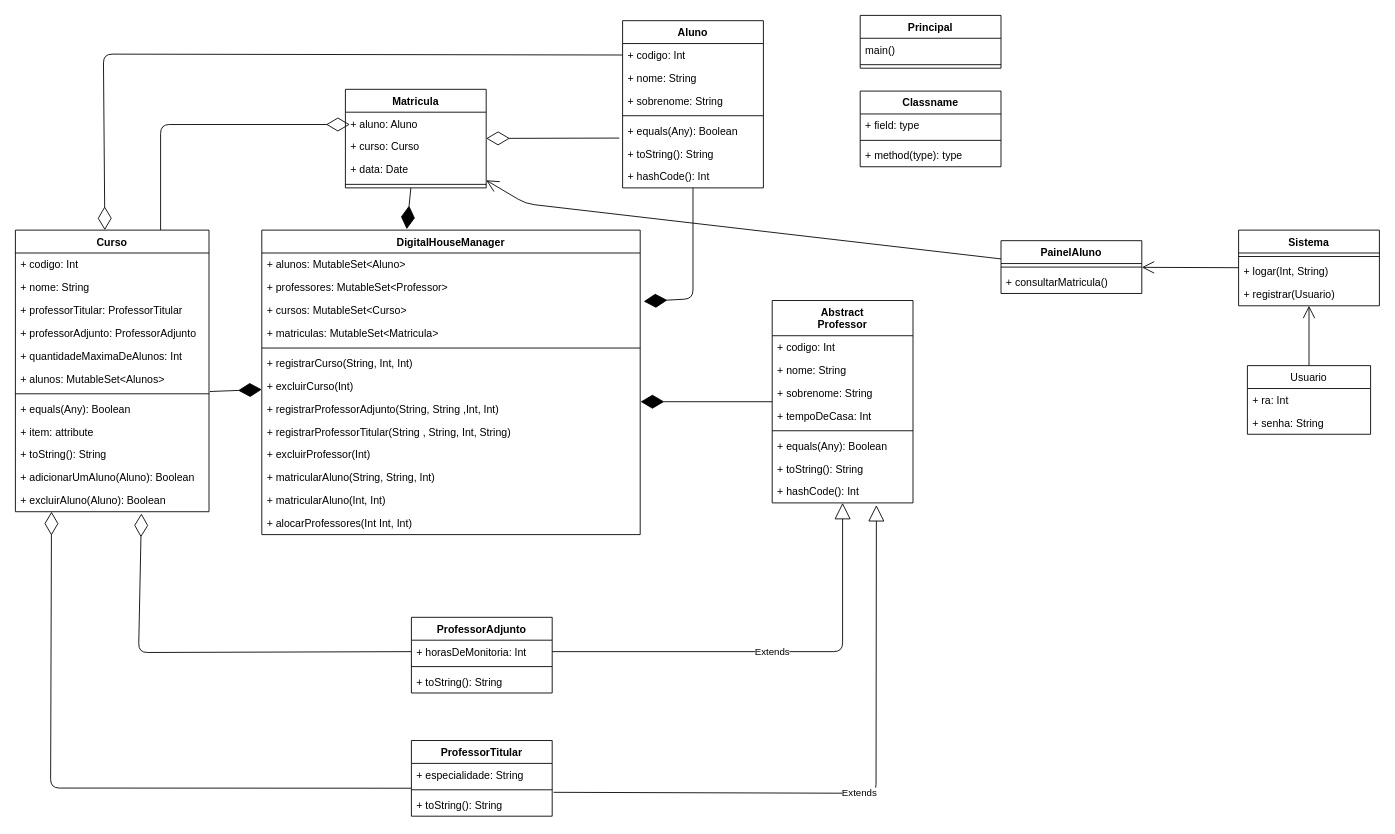
This is uml/desafio_kotlin_parteK.drawio from fwtrodrigo/DigitalHouse-DesafioKotlin, a draw.io file, before an edit. Source tidied: cells renumbered, new cells numbered last; positions are measured from the earlier drawing's top-left corner, leaving out a move shared by most shapes. Both pictures are drawn from the tidied source at 88%, with x=0, y=0 at pixel (15, 15).
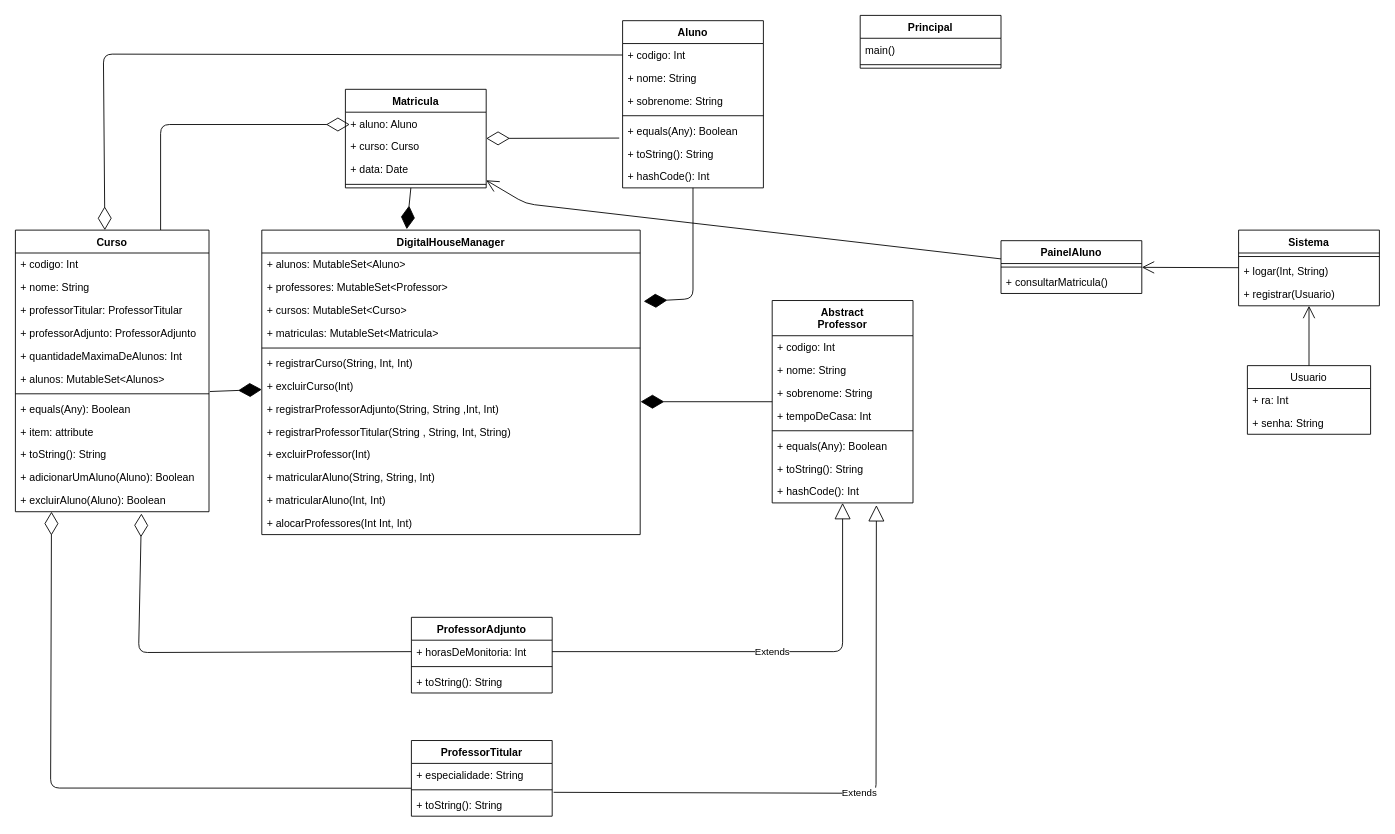
Above is the later version.

Commit message:
Correcao UML

Change to the diagram source:
```diff
@@
-    <mxCell id="73" value="Classname" style="swimlane;fontStyle=1;align=center;verticalAlign=top;horizontal=1;startSize=26;" parent="1" vertex="1">
-      <mxGeometry x="960" y="86" width="160" height="86" as="geometry" />
-    </mxCell>
-    <mxCell id="74" value="+ field: type" style="text;strokeColor=none;fillColor=none;align=left;verticalAlign=top;spacingLeft=4;spacingRight=4;overflow=hidden;" parent="73" vertex="1">
-      <mxGeometry y="26" width="160" height="26" as="geometry" />
-    </mxCell>
-    <mxCell id="75" style="line;strokeWidth=1;fillColor=none;align=left;verticalAlign=middle;spacingTop=-1;spacingLeft=3;spacingRight=3;labelPosition=right;" parent="73" vertex="1">
-      <mxGeometry y="52" width="160" height="8" as="geometry" />
-    </mxCell>
-    <mxCell id="76" value="+ method(type): type" style="text;strokeColor=none;fillColor=none;align=left;verticalAlign=top;spacingLeft=4;spacingRight=4;overflow=hidden;" parent="73" vertex="1">
-      <mxGeometry y="60" width="160" height="26" as="geometry" />
-    </mxCell>
```
